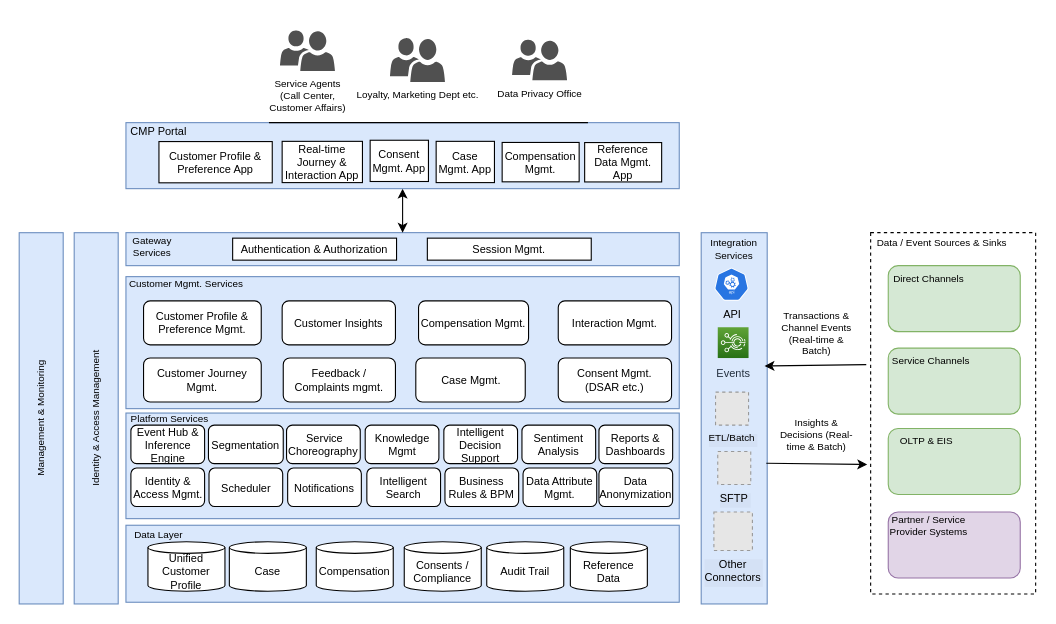
The draw.io diagram page "CMP_Logical_View" (2 of 7) of Customer_Mgmt_Platform_Arch_Katas.drawio in S00085/cxp, before the edit. Source tidied: cells renumbered, new cells numbered last; positions are measured from the earlier drawing's top-left corner, leaving out a move shared by most shapes. Both pictures are drawn from the tidied source at 110%, with x=0, y=0 at pixel (-145, 19). Pictures stored in the file or linked from it are replaced by grey dashed boxes.
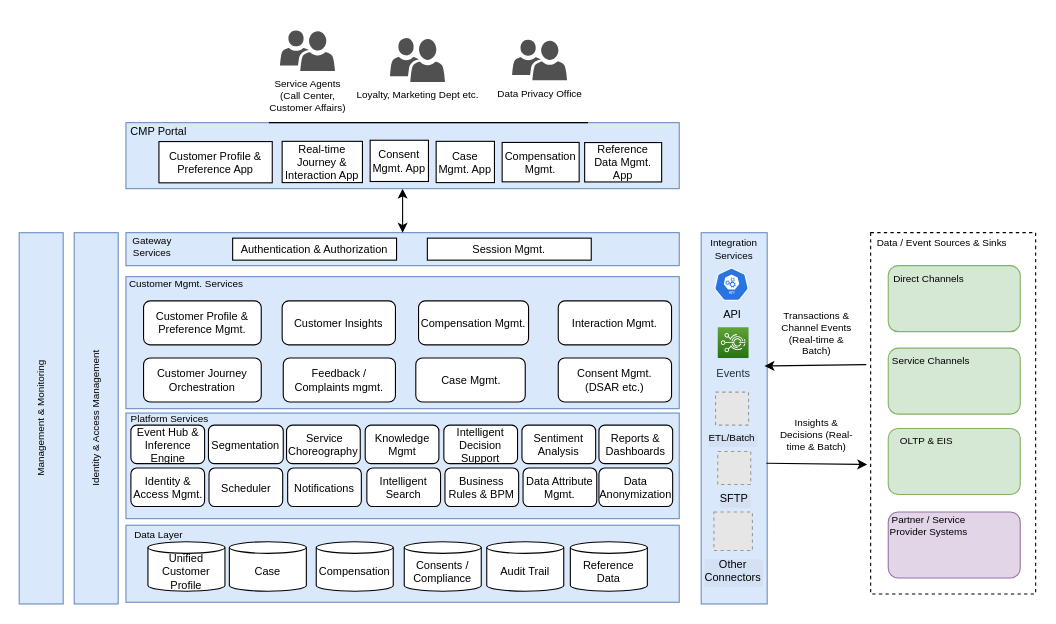
The same diagram, later.

Change to the diagram source:
```diff
@@
-    <mxCell id="36" value="Customer Journey Mgmt." style="rounded=1;whiteSpace=wrap;html=1;strokeWidth=1;fontSize=10;" parent="1" vertex="1">
+    <mxCell id="36" value="Customer Journey Orchestration" style="rounded=1;whiteSpace=wrap;html=1;strokeWidth=1;fontSize=10;" parent="1" vertex="1">
       <mxGeometry x="262" y="308" width="107" height="40" as="geometry" />
     </mxCell>
```
